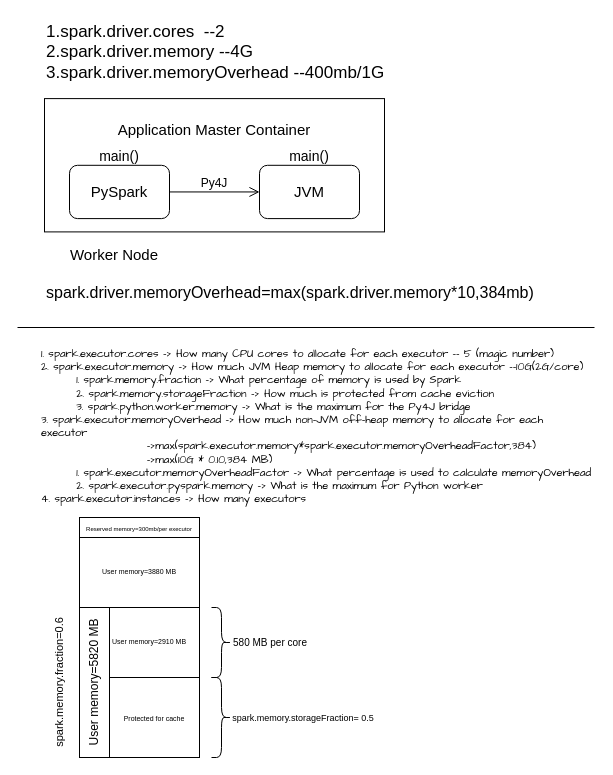
Earlier version of the draw.io diagram Spark_Resource_Allocation.drawio (nowshadk07/MyDrawings). Source tidied: cells renumbered, new cells numbered last; positions are measured from the earlier drawing's top-left corner, leaving out a move shared by most shapes. Both pictures are drawn from the tidied source at 100%, with x=0, y=0 at pixel (-11, 17).
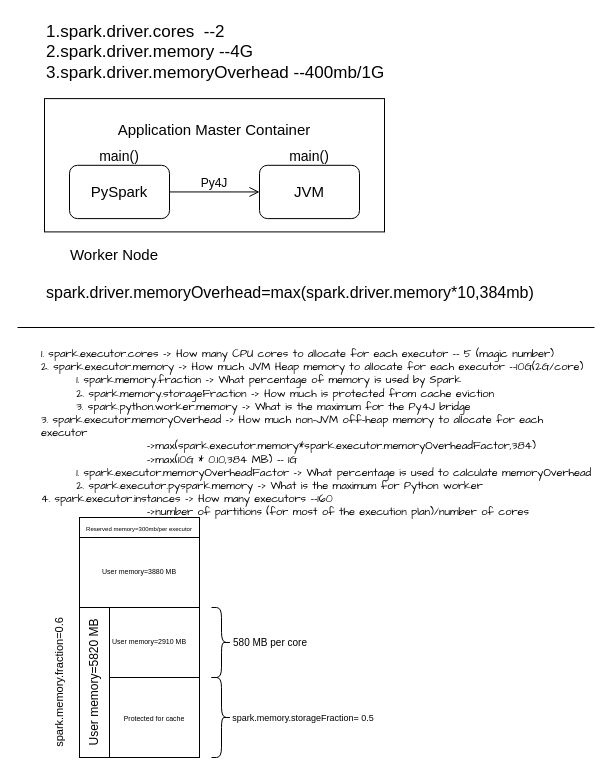
The same diagram, later.

What changed in the source:
```diff
@@
-    <mxCell id="16" value="&lt;div style=&quot;font-size: 11px;&quot;&gt;1. spark.executor.cores -&amp;gt; How many CPU cores to allocate for each executor -- 5 (magic number)&lt;/div&gt;&lt;div style=&quot;font-size: 11px;&quot;&gt;2. spark.executor.memory -&amp;gt; How much JVM Heap memory to allocate for each executor --10G(2G/core)&lt;/div&gt;&lt;div style=&quot;font-size: 11px;&quot;&gt;&lt;span style=&quot;white-space: normal; font-size: 11px;&quot;&gt;&lt;span style=&quot;white-space: pre; font-size: 11px;&quot;&gt;&#9;&lt;/span&gt;1. spark.memory.fraction -&amp;gt; What percentage of memory is used by Spark&lt;/span&gt;&lt;/div&gt;&lt;div style=&quot;font-size: 11px;&quot;&gt;&lt;span style=&quot;white-space: normal; font-size: 11px;&quot;&gt;&lt;span style=&quot;white-space: pre; font-size: 11px;&quot;&gt;&#9;&lt;/span&gt;2. spark.memory.storageFraction -&amp;gt; How much is protected from cache eviction&lt;/span&gt;&lt;/div&gt;&lt;div style=&quot;font-size: 11px;&quot;&gt;&lt;span style=&quot;white-space: normal; font-size: 11px;&quot;&gt;&lt;span style=&quot;white-space: pre; font-size: 11px;&quot;&gt;&#9;&lt;/span&gt;3. spark.python.worker.memory -&amp;gt; What is the maximum for the Py4J bridge&lt;/span&gt;&lt;/div&gt;&lt;div style=&quot;font-size: 11px;&quot;&gt;3. spark.executor.memoryOverhead -&amp;gt; How much non-JVM off-heap memory to allocate for each executor&lt;/div&gt;&lt;div style=&quot;font-size: 11px;&quot;&gt;&lt;span style=&quot;white-space: pre;&quot;&gt;&#9;&lt;/span&gt;&lt;span style=&quot;white-space: pre;&quot;&gt;&#9;&lt;/span&gt;&lt;span style=&quot;white-space: pre;&quot;&gt;&#9;&lt;/span&gt;-&amp;gt;max(spark.executor.memory*spark.executor.memoryOverheadFactor,384)&lt;br&gt;&lt;/div&gt;&lt;div style=&quot;font-size: 11px;&quot;&gt;&lt;span style=&quot;white-space: pre;&quot;&gt;&#9;&lt;/span&gt;&lt;span style=&quot;white-space: pre;&quot;&gt;&#9;&lt;/span&gt;&lt;span style=&quot;white-space: pre;&quot;&gt;&#9;&lt;/span&gt;-&amp;gt;max(10G * 0.10,384 MB)&lt;br&gt;&lt;/div&gt;&lt;div style=&quot;font-size: 11px;&quot;&gt;&lt;span style=&quot;white-space: normal; font-size: 11px;&quot;&gt;&lt;span style=&quot;white-space: pre; font-size: 11px;&quot;&gt;&#9;&lt;/span&gt;1. spark.executor.memoryOverheadFactor -&amp;gt; What percentage is used to calculate memoryOverhead&lt;/span&gt;&lt;/div&gt;&lt;div style=&quot;font-size: 11px;&quot;&gt;&lt;/div&gt;&lt;div style=&quot;font-size: 11px;&quot;&gt;&lt;span style=&quot;white-space: normal; font-size: 11px;&quot;&gt;&lt;span style=&quot;white-space: pre; font-size: 11px;&quot;&gt;&#9;&lt;/span&gt;2. spark.executor.pyspark.memory -&amp;gt; What is the maximum for Python worker&lt;/span&gt;&lt;/div&gt;&lt;div style=&quot;font-size: 11px;&quot;&gt;4. spark.executor.instances -&amp;gt; How many executors&lt;/div&gt;" style="text;html=1;align=left;verticalAlign=top;whiteSpace=wrap;rounded=0;fontSize=11;spacingTop=1;spacing=4;fontFamily=Comic Sans MS;horizontal=1;" parent="1" vertex="1">
-      <mxGeometry x="48" y="320" width="557" height="160" as="geometry" />
+    <mxCell id="16" value="&lt;div style=&quot;font-size: 11px;&quot;&gt;1. spark.executor.cores -&amp;gt; How many CPU cores to allocate for each executor -- 5 (magic number)&lt;/div&gt;&lt;div style=&quot;font-size: 11px;&quot;&gt;2. spark.executor.memory -&amp;gt; How much JVM Heap memory to allocate for each executor --10G(2G/core)&lt;/div&gt;&lt;div style=&quot;font-size: 11px;&quot;&gt;&lt;span style=&quot;white-space: normal; font-size: 11px;&quot;&gt;&lt;span style=&quot;white-space: pre; font-size: 11px;&quot;&gt;&#9;&lt;/span&gt;1. spark.memory.fraction -&amp;gt; What percentage of memory is used by Spark&lt;/span&gt;&lt;/div&gt;&lt;div style=&quot;font-size: 11px;&quot;&gt;&lt;span style=&quot;white-space: normal; font-size: 11px;&quot;&gt;&lt;span style=&quot;white-space: pre; font-size: 11px;&quot;&gt;&#9;&lt;/span&gt;2. spark.memory.storageFraction -&amp;gt; How much is protected from cache eviction&lt;/span&gt;&lt;/div&gt;&lt;div style=&quot;font-size: 11px;&quot;&gt;&lt;span style=&quot;white-space: normal; font-size: 11px;&quot;&gt;&lt;span style=&quot;white-space: pre; font-size: 11px;&quot;&gt;&#9;&lt;/span&gt;3. spark.python.worker.memory -&amp;gt; What is the maximum for the Py4J bridge&lt;/span&gt;&lt;/div&gt;&lt;div style=&quot;font-size: 11px;&quot;&gt;3. spark.executor.memoryOverhead -&amp;gt; How much non-JVM off-heap memory to allocate for each executor&lt;/div&gt;&lt;div style=&quot;font-size: 11px;&quot;&gt;&lt;span style=&quot;white-space: pre;&quot;&gt;&#9;&lt;/span&gt;&lt;span style=&quot;white-space: pre;&quot;&gt;&#9;&lt;/span&gt;&lt;span style=&quot;white-space: pre;&quot;&gt;&#9;&lt;/span&gt;-&amp;gt;max(spark.executor.memory*spark.executor.memoryOverheadFactor,384)&lt;br&gt;&lt;/div&gt;&lt;div style=&quot;font-size: 11px;&quot;&gt;&lt;span style=&quot;white-space: pre;&quot;&gt;&#9;&lt;/span&gt;&lt;span style=&quot;white-space: pre;&quot;&gt;&#9;&lt;/span&gt;&lt;span style=&quot;white-space: pre;&quot;&gt;&#9;&lt;/span&gt;-&amp;gt;max(10G * 0.10,384 MB) -- 1G&lt;br&gt;&lt;/div&gt;&lt;div style=&quot;font-size: 11px;&quot;&gt;&lt;span style=&quot;white-space: normal; font-size: 11px;&quot;&gt;&lt;span style=&quot;white-space: pre; font-size: 11px;&quot;&gt;&#9;&lt;/span&gt;1. spark.executor.memoryOverheadFactor -&amp;gt; What percentage is used to calculate memoryOverhead&lt;/span&gt;&lt;/div&gt;&lt;div style=&quot;font-size: 11px;&quot;&gt;&lt;/div&gt;&lt;div style=&quot;font-size: 11px;&quot;&gt;&lt;span style=&quot;white-space: normal; font-size: 11px;&quot;&gt;&lt;span style=&quot;white-space: pre; font-size: 11px;&quot;&gt;&#9;&lt;/span&gt;2. spark.executor.pyspark.memory -&amp;gt; What is the maximum for Python worker&lt;/span&gt;&lt;/div&gt;&lt;div style=&quot;font-size: 11px;&quot;&gt;4. spark.executor.instances -&amp;gt; How many executors --160&amp;nbsp;&lt;/div&gt;&lt;div style=&quot;font-size: 11px;&quot;&gt;&lt;span style=&quot;white-space: pre;&quot;&gt;&#9;&lt;/span&gt;&lt;span style=&quot;white-space: pre;&quot;&gt;&#9;&lt;span style=&quot;white-space: pre;&quot;&gt;&#9;&lt;/span&gt;&lt;/span&gt;-&amp;gt;number of partitions (for most of the execution plan)/number of cores&amp;nbsp;&lt;/div&gt;" style="text;html=1;align=left;verticalAlign=top;whiteSpace=wrap;rounded=0;fontSize=11;spacingTop=1;spacing=4;fontFamily=Comic Sans MS;horizontal=1;" parent="1" vertex="1">
+      <mxGeometry x="48" y="320" width="557" height="180" as="geometry" />
     </mxCell>
```
